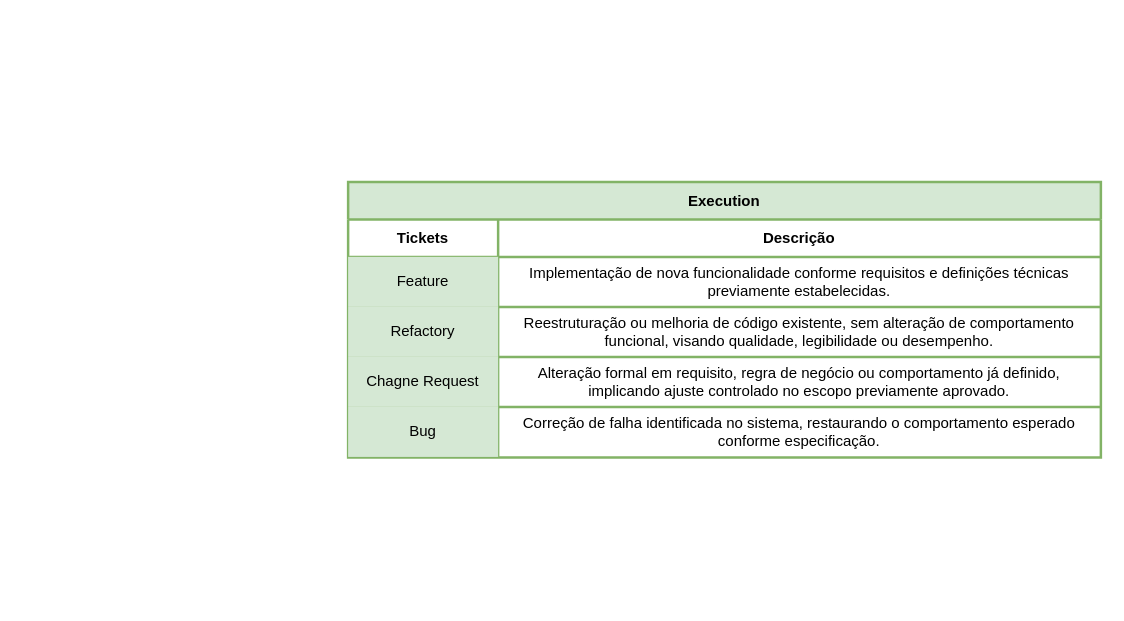
The draw.io diagram page "Fluxo - Execution" (8 of 9) of modelagem de processos.drawio in DimasPicinato/Metodologia-PI, before the edit. Source tidied: cells renumbered, new cells numbered last; positions are measured from the earlier drawing's top-left corner, leaving out a move shared by most shapes. Both pictures are drawn from the tidied source at 125%, with x=0, y=0 at pixel (348, 181).
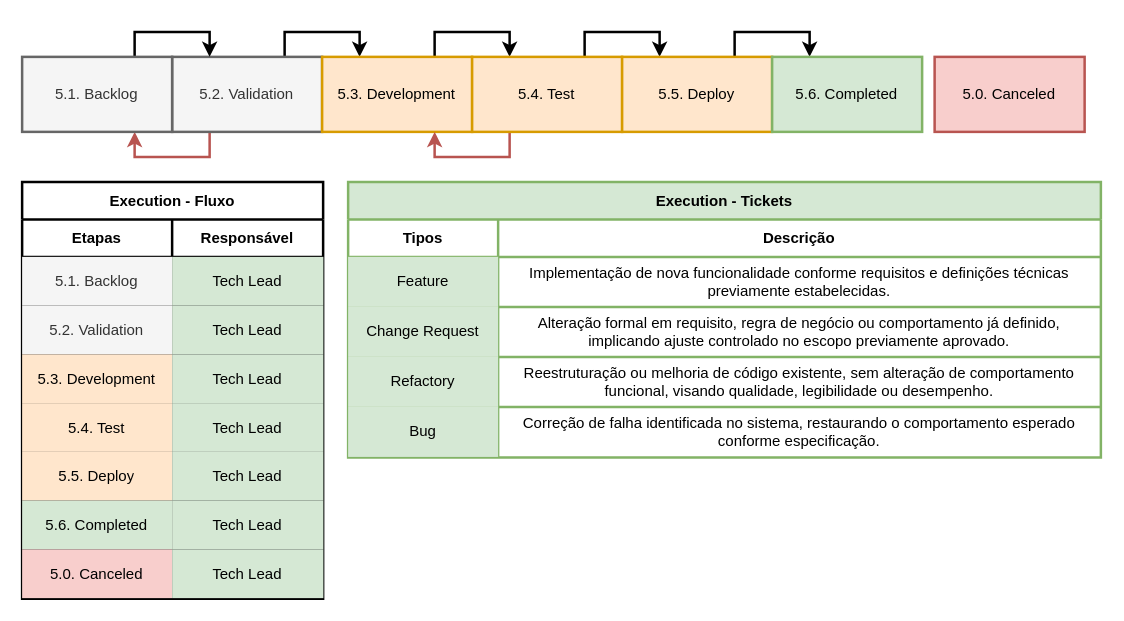
The same diagram, later.

The change refers to these unchanged cells:
```xml
<mxCell id="3" style="shape=tableRow;horizontal=0;startSize=0;swimlaneHead=0;swimlaneBody=0;strokeColor=inherit;top=0;left=0;bottom=0;right=0;fillColor=none;" parent="2" vertex="1">
  <mxGeometry y="30" width="602.2" height="30" as="geometry" />
</mxCell>
```

The edit, as a diff of the source:
```diff
@@
-    <mxCell id="2" value="Execution" style="shape=table;startSize=30;childLayout=tableLayout;fontStyle=1;fillColor=#d5e8d4;strokeColor=#82b366;strokeWidth=2;" parent="1" vertex="1">
+    <mxCell id="2" value="Execution - Tickets" style="shape=table;startSize=30;childLayout=tableLayout;fontStyle=1;fillColor=#d5e8d4;strokeColor=#82b366;strokeWidth=2;" parent="1" vertex="1">
       <mxGeometry width="602.2" height="220.5" as="geometry" />
     </mxCell>
@@
-    <mxCell id="4" value="Tickets" style="shape=partialRectangle;html=1;whiteSpace=wrap;strokeColor=inherit;overflow=hidden;fillColor=none;top=0;left=0;bottom=0;right=0;fontStyle=1;align=center;" parent="3" vertex="1">
+    <mxCell id="4" value="Tipos" style="shape=partialRectangle;html=1;whiteSpace=wrap;strokeColor=inherit;overflow=hidden;fillColor=none;top=0;left=0;bottom=0;right=0;fontStyle=1;align=center;" parent="3" vertex="1">
       <mxGeometry width="120" height="30" as="geometry" />
     </mxCell>
@@
+    <mxCell id="12" style="shape=tableRow;horizontal=0;startSize=0;swimlaneHead=0;swimlaneBody=0;strokeColor=inherit;top=0;left=0;bottom=0;right=0;fillColor=none;" parent="2" vertex="1">
+      <mxGeometry y="100" width="602.2" height="40" as="geometry" />
+    </mxCell>
+    <mxCell id="13" value="Chang&lt;span style=&quot;background-color: initial;&quot;&gt;e Request&lt;/span&gt;" style="shape=partialRectangle;html=1;whiteSpace=wrap;strokeColor=#82b366;overflow=hidden;fillColor=#d5e8d4;top=0;left=0;bottom=0;right=0;" parent="12" vertex="1">
+      <mxGeometry width="120" height="40" as="geometry" />
+    </mxCell>
+    <mxCell id="14" value="Alteração formal em requisito, regra de negócio ou comportamento já definido, implicando ajuste controlado no escopo previamente aprovado." style="shape=partialRectangle;html=1;whiteSpace=wrap;strokeColor=inherit;overflow=hidden;fillColor=none;top=0;left=0;bottom=0;right=0;spacingLeft=2;spacingRight=2;" parent="12" vertex="1">
+      <mxGeometry x="120" width="482" height="40" as="geometry" />
+    </mxCell>
     <mxCell id="9" style="shape=tableRow;horizontal=0;startSize=0;swimlaneHead=0;swimlaneBody=0;strokeColor=inherit;top=0;left=0;bottom=0;right=0;fillColor=none;" parent="2" vertex="1">
-      <mxGeometry y="100" width="602.2" height="40" as="geometry" />
+      <mxGeometry y="140" width="602.2" height="40" as="geometry" />
     </mxCell>
@@
-    <mxCell id="12" style="shape=tableRow;horizontal=0;startSize=0;swimlaneHead=0;swimlaneBody=0;strokeColor=inherit;top=0;left=0;bottom=0;right=0;fillColor=none;" parent="2" vertex="1">
-      <mxGeometry y="140" width="602.2" height="40" as="geometry" />
-    </mxCell>
-    <mxCell id="13" value="Chagne Request" style="shape=partialRectangle;html=1;whiteSpace=wrap;strokeColor=#82b366;overflow=hidden;fillColor=#d5e8d4;top=0;left=0;bottom=0;right=0;" parent="12" vertex="1">
-      <mxGeometry width="120" height="40" as="geometry" />
-    </mxCell>
-    <mxCell id="14" value="Alteração formal em requisito, regra de negócio ou comportamento já definido, implicando ajuste controlado no escopo previamente aprovado." style="shape=partialRectangle;html=1;whiteSpace=wrap;strokeColor=inherit;overflow=hidden;fillColor=none;top=0;left=0;bottom=0;right=0;spacingLeft=2;spacingRight=2;" parent="12" vertex="1">
-      <mxGeometry x="120" width="482" height="40" as="geometry" />
-    </mxCell>
@@
+    <mxCell id="18" value="Execution - Fluxo" style="shape=table;startSize=30;childLayout=tableLayout;fontStyle=1;strokeWidth=2;" parent="1" vertex="1">
+      <mxGeometry x="-260.8" width="240.8" height="333.5" as="geometry" />
+    </mxCell>
+    <mxCell id="19" style="shape=tableRow;horizontal=0;startSize=0;swimlaneHead=0;swimlaneBody=0;strokeColor=inherit;top=0;left=0;bottom=0;right=0;fillColor=none;" parent="18" vertex="1">
+      <mxGeometry y="30" width="240.8" height="30" as="geometry" />
+    </mxCell>
+    <mxCell id="20" value="Etapas" style="shape=partialRectangle;html=1;whiteSpace=wrap;strokeColor=inherit;overflow=hidden;fillColor=none;top=0;left=0;bottom=0;right=0;fontStyle=1;align=center;" parent="19" vertex="1">
+      <mxGeometry width="120" height="30" as="geometry" />
+    </mxCell>
+    <mxCell id="21" value="Responsável" style="shape=partialRectangle;html=1;whiteSpace=wrap;strokeColor=inherit;overflow=hidden;fillColor=none;top=0;left=0;bottom=0;right=0;fontStyle=1;align=center;" parent="19" vertex="1">
+      <mxGeometry x="120" width="121" height="30" as="geometry" />
+    </mxCell>
+    <mxCell id="22" style="shape=tableRow;horizontal=0;startSize=0;swimlaneHead=0;swimlaneBody=0;strokeColor=inherit;top=0;left=0;bottom=0;right=0;fillColor=none;" parent="18" vertex="1">
+      <mxGeometry y="60" width="240.8" height="39" as="geometry" />
+    </mxCell>
+    <mxCell id="23" value="&lt;span style=&quot;color: rgb(51, 51, 51);&quot;&gt;5.1. Backlog&lt;/span&gt;" style="shape=partialRectangle;html=1;whiteSpace=wrap;strokeColor=#666666;overflow=hidden;fillColor=#f5f5f5;top=0;left=0;bottom=0;right=0;fontColor=#333333;" parent="22" vertex="1">
+      <mxGeometry width="120" height="39" as="geometry" />
+    </mxCell>
+    <mxCell id="24" value="Tech Lead" style="shape=partialRectangle;html=1;whiteSpace=wrap;strokeColor=#82b366;overflow=hidden;fillColor=#d5e8d4;top=0;left=0;bottom=0;right=0;gradientDirection=east;" parent="22" vertex="1">
+      <mxGeometry x="120" width="121" height="39" as="geometry" />
+    </mxCell>
+    <mxCell id="25" style="shape=tableRow;horizontal=0;startSize=0;swimlaneHead=0;swimlaneBody=0;strokeColor=inherit;top=0;left=0;bottom=0;right=0;fillColor=none;" parent="18" vertex="1">
+      <mxGeometry y="99" width="240.8" height="39" as="geometry" />
+    </mxCell>
+    <mxCell id="26" value="5.2. Validation" style="shape=partialRectangle;html=1;whiteSpace=wrap;strokeColor=#666666;overflow=hidden;fillColor=#f5f5f5;top=0;left=0;bottom=0;right=0;fontColor=#333333;" parent="25" vertex="1">
+      <mxGeometry width="120" height="39" as="geometry" />
+    </mxCell>
+    <mxCell id="27" value="&lt;span style=&quot;color: rgb(0, 0, 0);&quot;&gt;Tech Lead&lt;/span&gt;" style="shape=partialRectangle;html=1;whiteSpace=wrap;strokeColor=#82b366;overflow=hidden;fillColor=#d5e8d4;top=0;left=0;bottom=0;right=0;" parent="25" vertex="1">
+      <mxGeometry x="120" width="121" height="39" as="geometry" />
+    </mxCell>
+    <mxCell id="28" style="shape=tableRow;horizontal=0;startSize=0;swimlaneHead=0;swimlaneBody=0;strokeColor=inherit;top=0;left=0;bottom=0;right=0;fillColor=none;" parent="18" vertex="1">
+      <mxGeometry y="138" width="240.8" height="39" as="geometry" />
+    </mxCell>
+    <mxCell id="29" value="5.3. Development" style="shape=partialRectangle;html=1;whiteSpace=wrap;strokeColor=#d79b00;overflow=hidden;fillColor=#ffe6cc;top=0;left=0;bottom=0;right=0;" parent="28" vertex="1">
+      <mxGeometry width="120" height="39" as="geometry" />
+    </mxCell>
+    <mxCell id="30" value="Tech Lead" style="shape=partialRectangle;html=1;whiteSpace=wrap;strokeColor=#82b366;overflow=hidden;fillColor=#d5e8d4;top=0;left=0;bottom=0;right=0;gradientDirection=east;" parent="28" vertex="1">
+      <mxGeometry x="120" width="121" height="39" as="geometry" />
+    </mxCell>
+    <mxCell id="31" style="shape=tableRow;horizontal=0;startSize=0;swimlaneHead=0;swimlaneBody=0;strokeColor=inherit;top=0;left=0;bottom=0;right=0;fillColor=none;" parent="18" vertex="1">
+      <mxGeometry y="177" width="240.8" height="39" as="geometry" />
+    </mxCell>
+    <mxCell id="32" value="5.4. Test" style="shape=partialRectangle;html=1;whiteSpace=wrap;strokeColor=#d79b00;overflow=hidden;fillColor=#ffe6cc;top=0;left=0;bottom=0;right=0;" parent="31" vertex="1">
+      <mxGeometry width="120" height="39" as="geometry" />
+    </mxCell>
+    <mxCell id="33" value="Tech Lead" style="shape=partialRectangle;html=1;whiteSpace=wrap;strokeColor=#82b366;overflow=hidden;fillColor=#d5e8d4;top=0;left=0;bottom=0;right=0;gradientDirection=east;" parent="31" vertex="1">
+      <mxGeometry x="120" width="121" height="39" as="geometry" />
+    </mxCell>
+    <mxCell id="34" style="shape=tableRow;horizontal=0;startSize=0;swimlaneHead=0;swimlaneBody=0;strokeColor=inherit;top=0;left=0;bottom=0;right=0;fillColor=none;" parent="18" vertex="1">
+      <mxGeometry y="216" width="240.8" height="39" as="geometry" />
+    </mxCell>
+    <mxCell id="35" value="5.5. Deploy" style="shape=partialRectangle;html=1;whiteSpace=wrap;strokeColor=#d79b00;overflow=hidden;fillColor=#ffe6cc;top=0;left=0;bottom=0;right=0;" parent="34" vertex="1">
+      <mxGeometry width="120" height="39" as="geometry" />
+    </mxCell>
+    <mxCell id="36" value="Tech Lead" style="shape=partialRectangle;html=1;whiteSpace=wrap;strokeColor=#82b366;overflow=hidden;fillColor=#d5e8d4;top=0;left=0;bottom=0;right=0;gradientDirection=east;" parent="34" vertex="1">
+      <mxGeometry x="120" width="121" height="39" as="geometry" />
+    </mxCell>
+    <mxCell id="37" style="shape=tableRow;horizontal=0;startSize=0;swimlaneHead=0;swimlaneBody=0;strokeColor=inherit;top=0;left=0;bottom=0;right=0;fillColor=none;" parent="18" vertex="1">
+      <mxGeometry y="255" width="240.8" height="39" as="geometry" />
+    </mxCell>
+    <mxCell id="38" value="5.6. Completed" style="shape=partialRectangle;html=1;whiteSpace=wrap;strokeColor=#82b366;overflow=hidden;fillColor=#d5e8d4;top=0;left=0;bottom=0;right=0;" parent="37" vertex="1">
+      <mxGeometry width="120" height="39" as="geometry" />
+    </mxCell>
+    <mxCell id="39" value="Tech Lead" style="shape=partialRectangle;html=1;whiteSpace=wrap;strokeColor=#82b366;overflow=hidden;fillColor=#d5e8d4;top=0;left=0;bottom=0;right=0;" parent="37" vertex="1">
+      <mxGeometry x="120" width="121" height="39" as="geometry" />
+    </mxCell>
+    <mxCell id="40" style="shape=tableRow;horizontal=0;startSize=0;swimlaneHead=0;swimlaneBody=0;strokeColor=inherit;top=0;left=0;bottom=0;right=0;fillColor=none;" parent="18" vertex="1">
+      <mxGeometry y="294" width="240.8" height="39" as="geometry" />
+    </mxCell>
+    <mxCell id="41" value="5.0. Canceled" style="shape=partialRectangle;html=1;whiteSpace=wrap;strokeColor=#b85450;overflow=hidden;fillColor=#f8cecc;top=0;left=0;bottom=0;right=0;" parent="40" vertex="1">
+      <mxGeometry width="120" height="39" as="geometry" />
+    </mxCell>
+    <mxCell id="42" value="Tech Lead" style="shape=partialRectangle;html=1;whiteSpace=wrap;strokeColor=#82b366;overflow=hidden;fillColor=#d5e8d4;top=0;left=0;bottom=0;right=0;gradientDirection=east;" parent="40" vertex="1">
+      <mxGeometry x="120" width="121" height="39" as="geometry" />
+    </mxCell>
+    <mxCell id="43" style="edgeStyle=orthogonalEdgeStyle;rounded=0;jettySize=auto;html=1;exitX=0.75;exitY=0;exitDx=0;exitDy=0;entryX=0.25;entryY=0;entryDx=0;entryDy=0;strokeWidth=2;" parent="1" edge="1" source="45" target="47">
+      <mxGeometry relative="1" as="geometry" />
+    </mxCell>
+    <mxCell id="44" style="edgeStyle=orthogonalEdgeStyle;rounded=0;jettySize=auto;html=1;exitX=0.25;exitY=1;exitDx=0;exitDy=0;entryX=0.75;entryY=1;entryDx=0;entryDy=0;fillColor=#f8cecc;strokeColor=#b85450;strokeWidth=2;" parent="1" edge="1" source="45" target="55">
+      <mxGeometry relative="1" as="geometry" />
+    </mxCell>
+    <mxCell id="45" value="5.2. Validation" style="rounded=0;whiteSpace=wrap;html=1;fillColor=#f5f5f5;strokeColor=#666666;fontColor=#333333;strokeWidth=2;" parent="1" vertex="1">
+      <mxGeometry x="-140.8" y="-100" width="120" height="60" as="geometry" />
+    </mxCell>
+    <mxCell id="46" style="edgeStyle=orthogonalEdgeStyle;rounded=0;jettySize=auto;html=1;exitX=0.75;exitY=0;exitDx=0;exitDy=0;entryX=0.25;entryY=0;entryDx=0;entryDy=0;strokeWidth=2;" parent="1" edge="1" source="47" target="50">
+      <mxGeometry relative="1" as="geometry" />
+    </mxCell>
+    <mxCell id="47" value="5.3. Development" style="rounded=0;whiteSpace=wrap;html=1;fillColor=#ffe6cc;strokeColor=#d79b00;strokeWidth=2;" parent="1" vertex="1">
+      <mxGeometry x="-20.8" y="-100" width="120" height="60" as="geometry" />
+    </mxCell>
+    <mxCell id="48" style="edgeStyle=orthogonalEdgeStyle;rounded=0;jettySize=auto;html=1;exitX=0.75;exitY=0;exitDx=0;exitDy=0;entryX=0.25;entryY=0;entryDx=0;entryDy=0;strokeWidth=2;" parent="1" edge="1" source="50" target="52">
+      <mxGeometry relative="1" as="geometry" />
+    </mxCell>
+    <mxCell id="49" style="edgeStyle=orthogonalEdgeStyle;rounded=0;jettySize=auto;html=1;exitX=0.25;exitY=1;exitDx=0;exitDy=0;entryX=0.75;entryY=1;entryDx=0;entryDy=0;fillColor=#f8cecc;strokeColor=#b85450;strokeWidth=2;" parent="1" edge="1" source="50" target="47">
+      <mxGeometry relative="1" as="geometry" />
+    </mxCell>
+    <mxCell id="50" value="5.4. Test" style="rounded=0;whiteSpace=wrap;html=1;fillColor=#ffe6cc;strokeColor=#d79b00;strokeWidth=2;" parent="1" vertex="1">
+      <mxGeometry x="99.2" y="-100" width="120" height="60" as="geometry" />
+    </mxCell>
+    <mxCell id="51" style="edgeStyle=orthogonalEdgeStyle;rounded=0;jettySize=auto;html=1;exitX=0.75;exitY=0;exitDx=0;exitDy=0;entryX=0.25;entryY=0;entryDx=0;entryDy=0;strokeWidth=2;" parent="1" edge="1" source="52" target="53">
+      <mxGeometry relative="1" as="geometry" />
+    </mxCell>
+    <mxCell id="52" value="5.5. Deploy" style="rounded=0;whiteSpace=wrap;html=1;fillColor=#ffe6cc;strokeColor=#d79b00;strokeWidth=2;" parent="1" vertex="1">
+      <mxGeometry x="219.2" y="-100" width="120" height="60" as="geometry" />
+    </mxCell>
+    <mxCell id="53" value="5.6. Completed" style="rounded=0;whiteSpace=wrap;html=1;fillColor=#d5e8d4;strokeColor=#82b366;strokeWidth=2;" parent="1" vertex="1">
+      <mxGeometry x="339.2" y="-100" width="120" height="60" as="geometry" />
+    </mxCell>
+    <mxCell id="54" style="edgeStyle=orthogonalEdgeStyle;rounded=0;jettySize=auto;html=1;exitX=0.75;exitY=0;exitDx=0;exitDy=0;entryX=0.25;entryY=0;entryDx=0;entryDy=0;strokeWidth=2;" parent="1" edge="1" source="55" target="45">
+      <mxGeometry relative="1" as="geometry" />
+    </mxCell>
+    <mxCell id="55" value="5.1. Backlog" style="rounded=0;whiteSpace=wrap;html=1;fillColor=#f5f5f5;fontColor=#333333;strokeColor=#666666;strokeWidth=2;" parent="1" vertex="1">
+      <mxGeometry x="-260.8" y="-100" width="120" height="60" as="geometry" />
+    </mxCell>
+    <mxCell id="56" value="5.0. Canceled" style="rounded=0;whiteSpace=wrap;html=1;fillColor=#f8cecc;strokeColor=#b85450;strokeWidth=2;" parent="1" vertex="1">
+      <mxGeometry x="469.2" y="-100" width="120" height="60" as="geometry" />
+    </mxCell>
```
